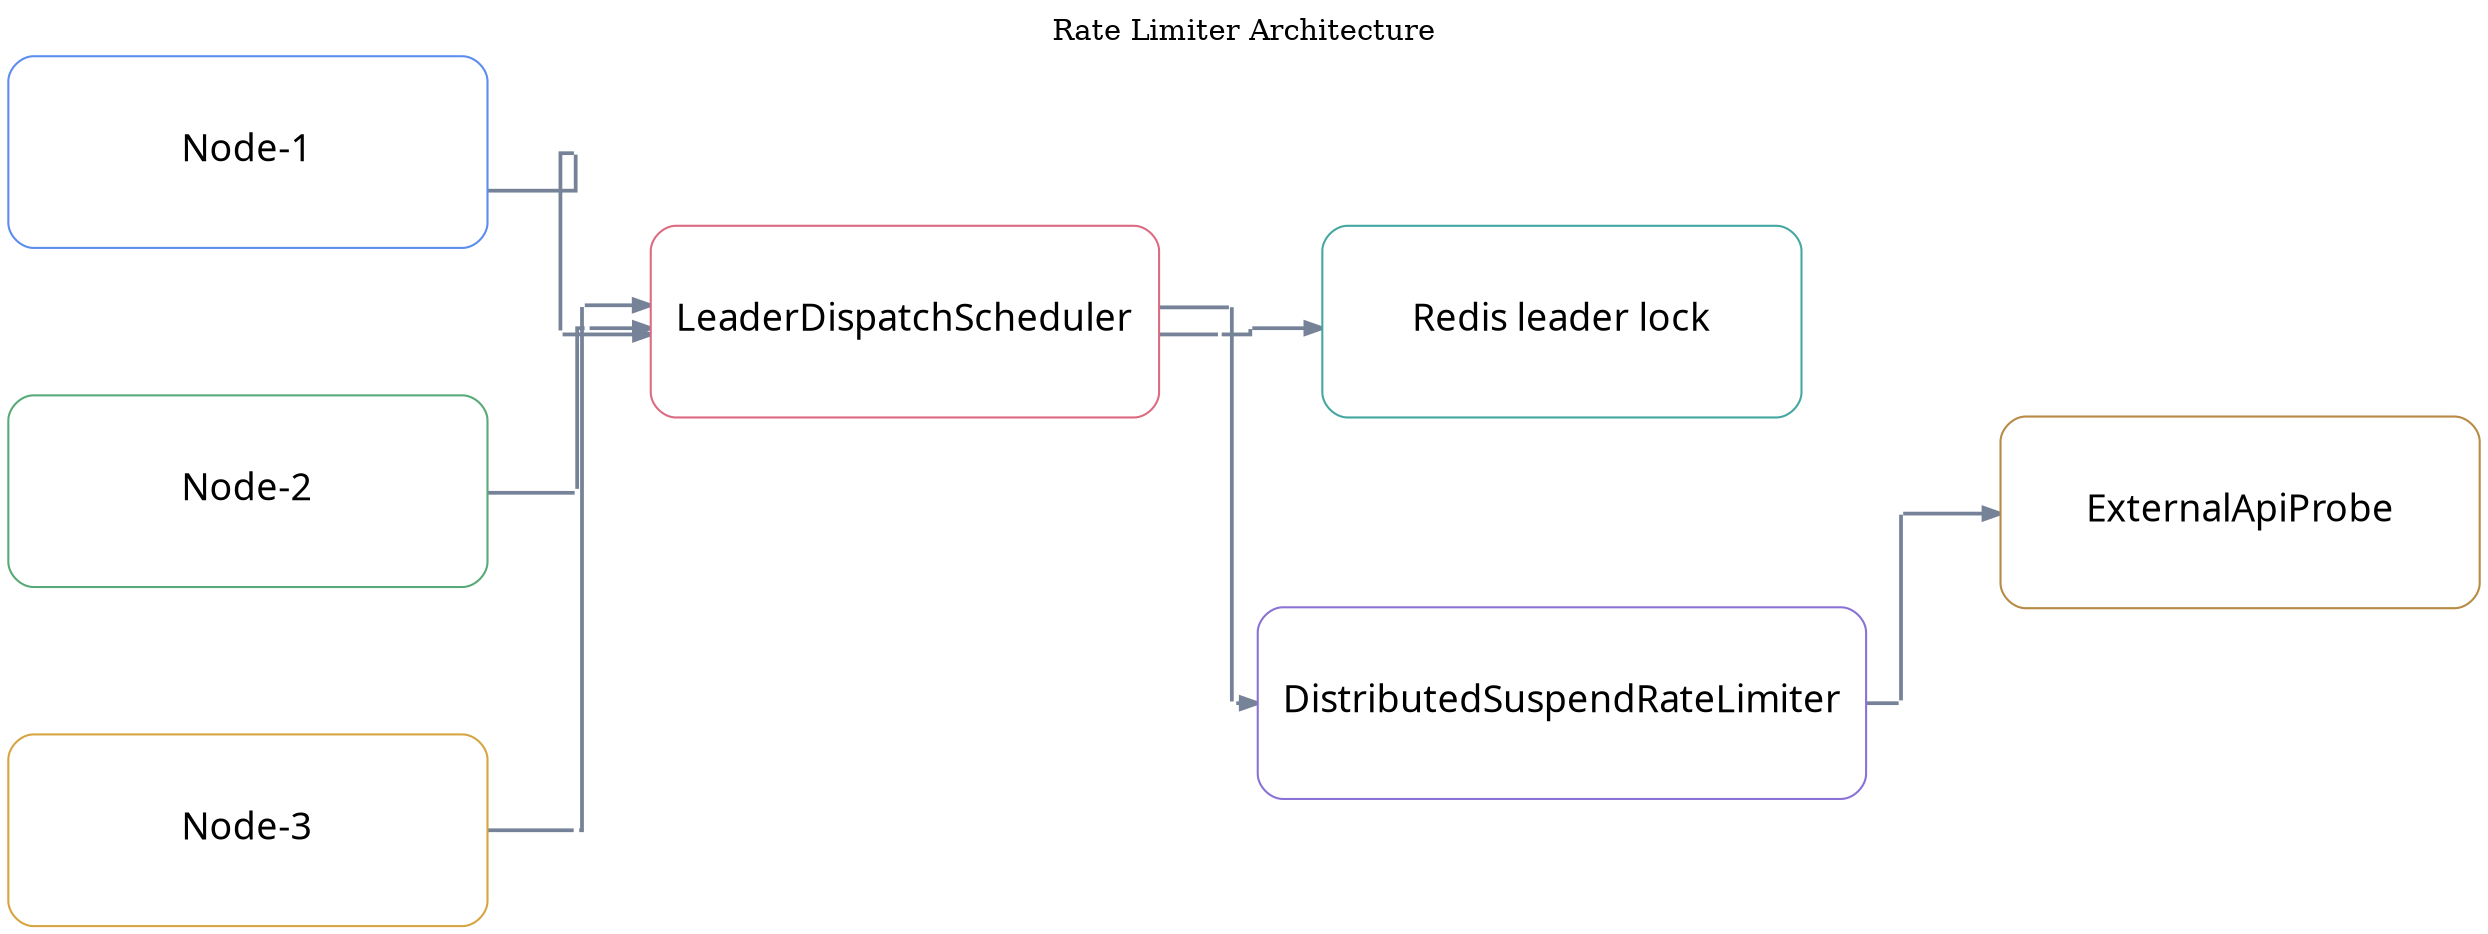
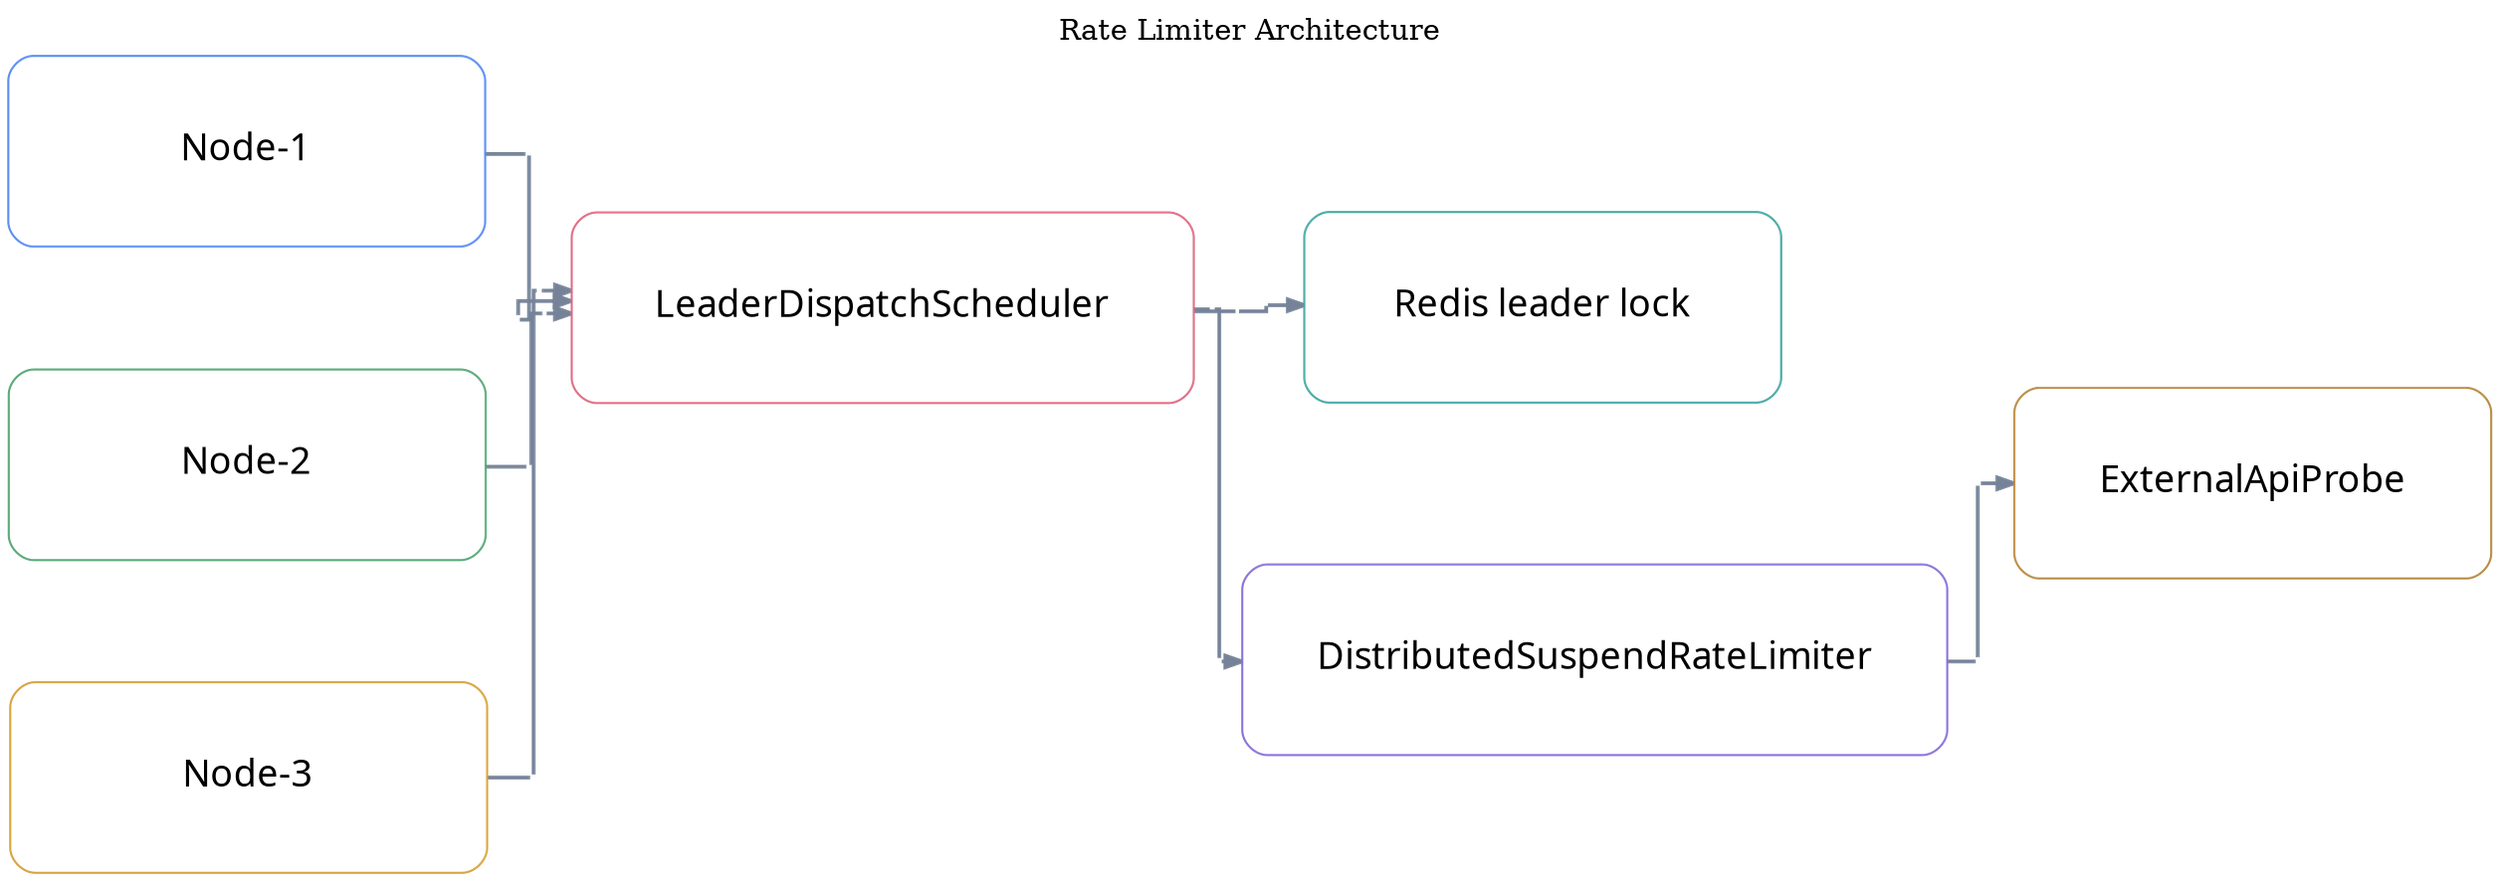
digraph "examples-rate-limiter-architecture-01" {
  graph [layout=neato, rankdir=LR, splines=ortho, overlap=false, outputorder=edgesfirst, nodesep=0.55, ranksep=0.75, bgcolor="transparent", label="Rate Limiter Architecture", labelloc=t];
  node [shape=box, style="rounded,filled", fontname="Architects Daughter", fontsize=18, margin="0.16,0.10"];
  edge [color="#758297", penwidth=1.8, arrowsize=0.8, fontname="Comic Mono", fontsize=10];
  n0 [label="Node-1", fillcolor="#ffffff", color="#5B8DEF", width=3.19, height=1.28, pos="185.00,514.00!"];
  n1 [label="Node-2", fillcolor="#ffffff", color="#58A978", width=3.19, height=1.28, pos="185.00,354.00!"];
  n2 [label="Node-3", fillcolor="#ffffff", color="#D6A441", width=3.19, height=1.28, pos="185.00,194.00!"];
-   n3 [label="LeaderDispatchScheduler", fillcolor="#ffffff", color="#DC6B82", width=3.19, height=1.28, pos="495.00,434.00!"];
-   n4 [label="Redis leader lock", fillcolor="#ffffff", color="#45A7A1", width=3.19, height=1.28, pos="805.00,434.00!"];
-   n5 [label="DistributedSuspendRateLimiter", fillcolor="#ffffff", color="#8A72D6", width=3.19, height=1.28, pos="805.00,254.00!"];
-   n6 [label="ExternalApiProbe", fillcolor="#ffffff", color="#B88A44", width=3.19, height=1.28, pos="1125.00,344.00!"];
-   r1p1 [label="", shape=point, width=0.03, height=0.03, fixedsize=true, style=invis, pos="340.00,514.00!"];
-   r1p2 [label="", shape=point, width=0.03, height=0.03, fixedsize=true, style=invis, pos="340.00,434.00!"];
+   n3 [label="LeaderDispatchScheduler", fillcolor="#ffffff", color="#DC6B82", width=4.17, height=1.28, pos="510.00,434.00!"];
+   n4 [label="Redis leader lock", fillcolor="#ffffff", color="#45A7A1", width=3.19, height=1.28, pos="845.00,434.00!"];
+   n5 [label="DistributedSuspendRateLimiter", fillcolor="#ffffff", color="#8A72D6", width=4.72, height=1.28, pos="870.00,254.00!"];
+   n6 [label="ExternalApiProbe", fillcolor="#ffffff", color="#B88A44", width=3.19, height=1.28, pos="1205.00,344.00!"];
+   r1p1 [label="", shape=point, width=0.03, height=0.03, fixedsize=true, style=invis, pos="330.00,514.00!"];
+   r1p2 [label="", shape=point, width=0.03, height=0.03, fixedsize=true, style=invis, pos="330.00,434.00!"];
  n0 -> r1p1 [arrowhead=none];
  r1p1 -> r1p2 [arrowhead=none];
  r1p2 -> n3 [];
-   r2p1 [label="", shape=point, width=0.03, height=0.03, fixedsize=true, style=invis, pos="340.00,354.00!"];
-   r2p2 [label="", shape=point, width=0.03, height=0.03, fixedsize=true, style=invis, pos="340.00,434.00!"];
+   r2p1 [label="", shape=point, width=0.03, height=0.03, fixedsize=true, style=invis, pos="330.00,354.00!"];
+   r2p2 [label="", shape=point, width=0.03, height=0.03, fixedsize=true, style=invis, pos="330.00,434.00!"];
  n1 -> r2p1 [arrowhead=none];
  r2p1 -> r2p2 [arrowhead=none];
  r2p2 -> n3 [];
-   r3p1 [label="", shape=point, width=0.03, height=0.03, fixedsize=true, style=invis, pos="340.00,194.00!"];
-   r3p2 [label="", shape=point, width=0.03, height=0.03, fixedsize=true, style=invis, pos="340.00,434.00!"];
+   r3p1 [label="", shape=point, width=0.03, height=0.03, fixedsize=true, style=invis, pos="330.00,194.00!"];
+   r3p2 [label="", shape=point, width=0.03, height=0.03, fixedsize=true, style=invis, pos="330.00,434.00!"];
  n2 -> r3p1 [arrowhead=none];
  r3p1 -> r3p2 [arrowhead=none];
  r3p2 -> n3 [];
-   r4p1 [label="", shape=point, width=0.03, height=0.03, fixedsize=true, style=invis, pos="650.00,434.00!"];
-   r4p2 [label="", shape=point, width=0.03, height=0.03, fixedsize=true, style=invis, pos="650.00,434.00!"];
+   r4p1 [label="", shape=point, width=0.03, height=0.03, fixedsize=true, style=invis, pos="695.00,434.00!"];
+   r4p2 [label="", shape=point, width=0.03, height=0.03, fixedsize=true, style=invis, pos="695.00,434.00!"];
  n3 -> r4p1 [arrowhead=none];
  r4p1 -> r4p2 [arrowhead=none];
  r4p2 -> n4 [];
-   r5p1 [label="", shape=point, width=0.03, height=0.03, fixedsize=true, style=invis, pos="650.00,434.00!"];
-   r5p2 [label="", shape=point, width=0.03, height=0.03, fixedsize=true, style=invis, pos="650.00,254.00!"];
+   r5p1 [label="", shape=point, width=0.03, height=0.03, fixedsize=true, style=invis, pos="680.00,434.00!"];
+   r5p2 [label="", shape=point, width=0.03, height=0.03, fixedsize=true, style=invis, pos="680.00,254.00!"];
  n3 -> r5p1 [arrowhead=none];
  r5p1 -> r5p2 [arrowhead=none];
  r5p2 -> n5 [];
-   r6p1 [label="", shape=point, width=0.03, height=0.03, fixedsize=true, style=invis, pos="965.00,254.00!"];
-   r6p2 [label="", shape=point, width=0.03, height=0.03, fixedsize=true, style=invis, pos="965.00,344.00!"];
+   r6p1 [label="", shape=point, width=0.03, height=0.03, fixedsize=true, style=invis, pos="1065.00,254.00!"];
+   r6p2 [label="", shape=point, width=0.03, height=0.03, fixedsize=true, style=invis, pos="1065.00,344.00!"];
  n5 -> r6p1 [arrowhead=none];
  r6p1 -> r6p2 [arrowhead=none];
  r6p2 -> n6 [];
}
